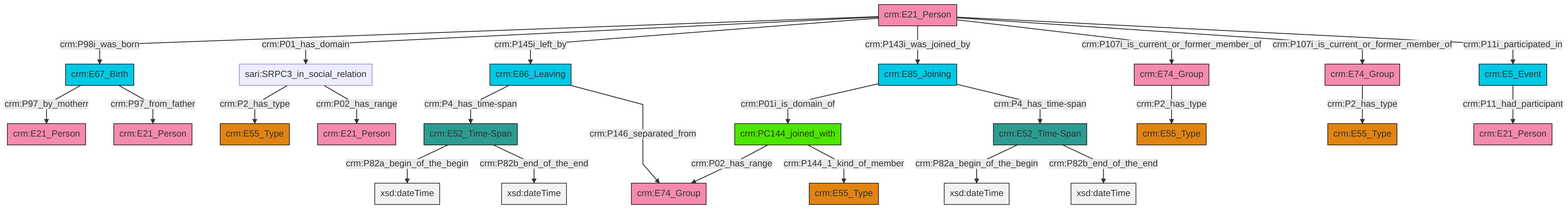
The Mermaid diagram et/personCSV/ttl/mmd/png/Person_Actor_Relations.png in swiss-art-research-net/reference-data-models, before a commit. Its source is kept beside it as et/personCSV/ttl/mmd/Person_Actor_Relations.ttl.mmd. The source it was exported from:
```mermaid
graph TD
classDef Literal fill:#f2f2f2,stroke:#000000;
classDef CRM_Entity fill:#FFFFFF,stroke:#000000;
classDef Temporal_Entity fill:#00C9E6, stroke:#000000;
classDef Type fill:#E18312, stroke:#000000;
classDef Time-Span fill:#2C9C91, stroke:#000000;
classDef Appellation fill:#FFEB7F, stroke:#000000;
classDef Place fill:#008836, stroke:#000000;
classDef Persistent_Item fill:#B266B2, stroke:#000000;
classDef Conceptual_Object fill:#FFD700, stroke:#000000;
classDef Physical_Thing fill:#D2B48C, stroke:#000000;
classDef Actor fill:#f58aad, stroke:#000000;
classDef PC_Classes fill:#4ce600, stroke:#000000;
classDef Multi fill:#cccccc,stroke:#000000;

4["crm:E21_Person"]:::Actor -->|crm:P98i_was_born| 5["crm:E67_Birth"]:::Temporal_Entity
4["crm:E21_Person"]:::Actor -->|crm:P01_has_domain| 8["sari:SRPC3_in_social_relation"]:::Default
4["crm:E21_Person"]:::Actor -->|crm:P145i_left_by| 9["crm:E86_Leaving"]:::Temporal_Entity
4["crm:E21_Person"]:::Actor -->|crm:P143i_was_joined_by| 6["crm:E85_Joining"]:::Temporal_Entity
14["crm:PC144_joined_with"]:::PC_Classes -->|crm:P02_has_range| 0["crm:E74_Group"]:::Actor
15["crm:E52_Time-Span"]:::Time-Span -->|crm:P82a_begin_of_the_begin| 16[xsd:dateTime]:::Literal
20["crm:E52_Time-Span"]:::Time-Span -->|crm:P82a_begin_of_the_begin| 21[xsd:dateTime]:::Literal
8["sari:SRPC3_in_social_relation"]:::Default -->|crm:P2_has_type| 22["crm:E55_Type"]:::Type
4["crm:E21_Person"]:::Actor -->|crm:P107i_is_current_or_former_member_of| 24["crm:E74_Group"]:::Actor
15["crm:E52_Time-Span"]:::Time-Span -->|crm:P82b_end_of_the_end| 25[xsd:dateTime]:::Literal
20["crm:E52_Time-Span"]:::Time-Span -->|crm:P82b_end_of_the_end| 26[xsd:dateTime]:::Literal
2["crm:E74_Group"]:::Actor -->|crm:P2_has_type| 18["crm:E55_Type"]:::Type
6["crm:E85_Joining"]:::Temporal_Entity -->|crm:P01i_is_domain_of| 14["crm:PC144_joined_with"]:::PC_Classes
29["crm:E5_Event"]:::Temporal_Entity -->|crm:P11_had_participant| 10["crm:E21_Person"]:::Actor
4["crm:E21_Person"]:::Actor -->|crm:P107i_is_current_or_former_member_of| 2["crm:E74_Group"]:::Actor
4["crm:E21_Person"]:::Actor -->|crm:P11i_participated_in| 29["crm:E5_Event"]:::Temporal_Entity
6["crm:E85_Joining"]:::Temporal_Entity -->|crm:P4_has_time-span| 15["crm:E52_Time-Span"]:::Time-Span
5["crm:E67_Birth"]:::Temporal_Entity -->|crm:P97_by_motherr| 12["crm:E21_Person"]:::Actor
24["crm:E74_Group"]:::Actor -->|crm:P2_has_type| 34["crm:E55_Type"]:::Type
5["crm:E67_Birth"]:::Temporal_Entity -->|crm:P97_from_father| 30["crm:E21_Person"]:::Actor
8["sari:SRPC3_in_social_relation"]:::Default -->|crm:P02_has_range| 32["crm:E21_Person"]:::Actor
9["crm:E86_Leaving"]:::Temporal_Entity -->|crm:P4_has_time-span| 20["crm:E52_Time-Span"]:::Time-Span
9["crm:E86_Leaving"]:::Temporal_Entity -->|crm:P146_separated_from| 0["crm:E74_Group"]:::Actor
14["crm:PC144_joined_with"]:::PC_Classes -->|crm:P144_1_kind_of_member| 27["crm:E55_Type"]:::Type
```
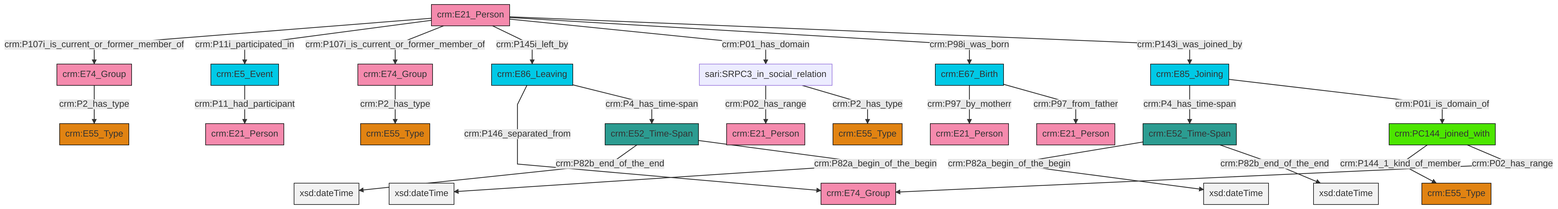
The same diagram one commit later.

The edit, as a diff of the source:
```diff
@@ -13,27 +13,27 @@
 classDef PC_Classes fill:#4ce600, stroke:#000000;
 classDef Multi fill:#cccccc,stroke:#000000;
 
-4["crm:E21_Person"]:::Actor -->|crm:P98i_was_born| 5["crm:E67_Birth"]:::Temporal_Entity
-4["crm:E21_Person"]:::Actor -->|crm:P01_has_domain| 8["sari:SRPC3_in_social_relation"]:::Default
-4["crm:E21_Person"]:::Actor -->|crm:P145i_left_by| 9["crm:E86_Leaving"]:::Temporal_Entity
-4["crm:E21_Person"]:::Actor -->|crm:P143i_was_joined_by| 6["crm:E85_Joining"]:::Temporal_Entity
-14["crm:PC144_joined_with"]:::PC_Classes -->|crm:P02_has_range| 0["crm:E74_Group"]:::Actor
-15["crm:E52_Time-Span"]:::Time-Span -->|crm:P82a_begin_of_the_begin| 16[xsd:dateTime]:::Literal
-20["crm:E52_Time-Span"]:::Time-Span -->|crm:P82a_begin_of_the_begin| 21[xsd:dateTime]:::Literal
-8["sari:SRPC3_in_social_relation"]:::Default -->|crm:P2_has_type| 22["crm:E55_Type"]:::Type
-4["crm:E21_Person"]:::Actor -->|crm:P107i_is_current_or_former_member_of| 24["crm:E74_Group"]:::Actor
-15["crm:E52_Time-Span"]:::Time-Span -->|crm:P82b_end_of_the_end| 25[xsd:dateTime]:::Literal
-20["crm:E52_Time-Span"]:::Time-Span -->|crm:P82b_end_of_the_end| 26[xsd:dateTime]:::Literal
-2["crm:E74_Group"]:::Actor -->|crm:P2_has_type| 18["crm:E55_Type"]:::Type
-6["crm:E85_Joining"]:::Temporal_Entity -->|crm:P01i_is_domain_of| 14["crm:PC144_joined_with"]:::PC_Classes
-29["crm:E5_Event"]:::Temporal_Entity -->|crm:P11_had_participant| 10["crm:E21_Person"]:::Actor
-4["crm:E21_Person"]:::Actor -->|crm:P107i_is_current_or_former_member_of| 2["crm:E74_Group"]:::Actor
-4["crm:E21_Person"]:::Actor -->|crm:P11i_participated_in| 29["crm:E5_Event"]:::Temporal_Entity
-6["crm:E85_Joining"]:::Temporal_Entity -->|crm:P4_has_time-span| 15["crm:E52_Time-Span"]:::Time-Span
-5["crm:E67_Birth"]:::Temporal_Entity -->|crm:P97_by_motherr| 12["crm:E21_Person"]:::Actor
-24["crm:E74_Group"]:::Actor -->|crm:P2_has_type| 34["crm:E55_Type"]:::Type
-5["crm:E67_Birth"]:::Temporal_Entity -->|crm:P97_from_father| 30["crm:E21_Person"]:::Actor
-8["sari:SRPC3_in_social_relation"]:::Default -->|crm:P02_has_range| 32["crm:E21_Person"]:::Actor
-9["crm:E86_Leaving"]:::Temporal_Entity -->|crm:P4_has_time-span| 20["crm:E52_Time-Span"]:::Time-Span
-9["crm:E86_Leaving"]:::Temporal_Entity -->|crm:P146_separated_from| 0["crm:E74_Group"]:::Actor
-14["crm:PC144_joined_with"]:::PC_Classes -->|crm:P144_1_kind_of_member| 27["crm:E55_Type"]:::Type
+6["crm:E52_Time-Span"]:::Time-Span -->|crm:P82b_end_of_the_end| 7[xsd:dateTime]:::Literal
+8["crm:E67_Birth"]:::Temporal_Entity -->|crm:P97_by_motherr| 4["crm:E21_Person"]:::Actor
+11["crm:E85_Joining"]:::Temporal_Entity -->|crm:P4_has_time-span| 0["crm:E52_Time-Span"]:::Time-Span
+14["crm:E21_Person"]:::Actor -->|crm:P107i_is_current_or_former_member_of| 15["crm:E74_Group"]:::Actor
+16["crm:PC144_joined_with"]:::PC_Classes -->|crm:P144_1_kind_of_member| 17["crm:E55_Type"]:::Type
+11["crm:E85_Joining"]:::Temporal_Entity -->|crm:P01i_is_domain_of| 16["crm:PC144_joined_with"]:::PC_Classes
+21["sari:SRPC3_in_social_relation"]:::Default -->|crm:P02_has_range| 22["crm:E21_Person"]:::Actor
+14["crm:E21_Person"]:::Actor -->|crm:P11i_participated_in| 19["crm:E5_Event"]:::Temporal_Entity
+14["crm:E21_Person"]:::Actor -->|crm:P107i_is_current_or_former_member_of| 30["crm:E74_Group"]:::Actor
+21["sari:SRPC3_in_social_relation"]:::Default -->|crm:P2_has_type| 25["crm:E55_Type"]:::Type
+16["crm:PC144_joined_with"]:::PC_Classes -->|crm:P02_has_range| 2["crm:E74_Group"]:::Actor
+19["crm:E5_Event"]:::Temporal_Entity -->|crm:P11_had_participant| 12["crm:E21_Person"]:::Actor
+14["crm:E21_Person"]:::Actor -->|crm:P145i_left_by| 31["crm:E86_Leaving"]:::Temporal_Entity
+6["crm:E52_Time-Span"]:::Time-Span -->|crm:P82a_begin_of_the_begin| 35[xsd:dateTime]:::Literal
+31["crm:E86_Leaving"]:::Temporal_Entity -->|crm:P146_separated_from| 2["crm:E74_Group"]:::Actor
+14["crm:E21_Person"]:::Actor -->|crm:P01_has_domain| 21["sari:SRPC3_in_social_relation"]:::Default
+31["crm:E86_Leaving"]:::Temporal_Entity -->|crm:P4_has_time-span| 6["crm:E52_Time-Span"]:::Time-Span
+0["crm:E52_Time-Span"]:::Time-Span -->|crm:P82a_begin_of_the_begin| 40[xsd:dateTime]:::Literal
+15["crm:E74_Group"]:::Actor -->|crm:P2_has_type| 36["crm:E55_Type"]:::Type
+30["crm:E74_Group"]:::Actor -->|crm:P2_has_type| 9["crm:E55_Type"]:::Type
+14["crm:E21_Person"]:::Actor -->|crm:P98i_was_born| 8["crm:E67_Birth"]:::Temporal_Entity
+14["crm:E21_Person"]:::Actor -->|crm:P143i_was_joined_by| 11["crm:E85_Joining"]:::Temporal_Entity
+8["crm:E67_Birth"]:::Temporal_Entity -->|crm:P97_from_father| 27["crm:E21_Person"]:::Actor
+0["crm:E52_Time-Span"]:::Time-Span -->|crm:P82b_end_of_the_end| 44[xsd:dateTime]:::Literal
```
